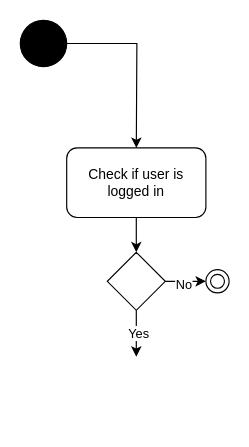
Earlier version of the draw.io diagram lab 6/Source files/Activitydiagram.drawio (Youssufathalla/Programming-2). Source tidied: cells renumbered, new cells numbered last; positions are measured from the earlier drawing's top-left corner, leaving out a move shared by most shapes. Both pictures are drawn from the tidied source at 116%, with x=0, y=0 at pixel (20, 20).
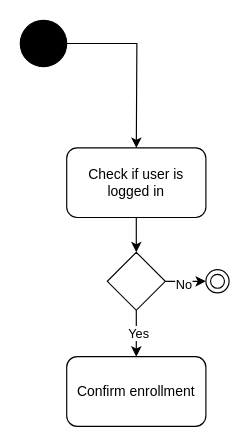
After the change.

Commit message:
confirm enrollment

Diff of the diagram source:
```diff
@@
 <mxGraphModel>
   <root>
     <mxCell id="0" />
     <mxCell id="1" parent="0" />
     <mxCell id="2" style="edgeStyle=orthogonalEdgeStyle;rounded=0;jettySize=auto;html=1;exitX=1;exitY=0.5;exitDx=0;exitDy=0;exitPerimeter=0;" parent="1" edge="1" source="3">
       <mxGeometry relative="1" as="geometry">
         <mxPoint x="100" y="110" as="targetPoint" />
       </mxGeometry>
     </mxCell>
     <mxCell id="3" style="verticalLabelPosition=bottom;verticalAlign=top;html=1;shape=mxgraph.flowchart.on-page_reference;fillColor=#000000;" parent="1" vertex="1">
       <mxGeometry width="40" height="40" as="geometry" />
     </mxCell>
     <mxCell id="4" value="Check if user is logged in" style="rounded=1;whiteSpace=wrap;html=1;" parent="1" vertex="1">
       <mxGeometry x="40" y="110" width="120" height="60" as="geometry" />
     </mxCell>
     <mxCell id="5" style="endArrow=classic;html=1;rounded=0;exitX=0.5;exitY=1;exitDx=0;exitDy=0;" parent="1" edge="1" source="4" target="6">
       <mxGeometry relative="1" as="geometry" />
     </mxCell>
     <mxCell id="6" style="rhombus;whiteSpace=wrap;html=1;" parent="1" vertex="1">
       <mxGeometry x="75" y="200" width="50" height="50" as="geometry" />
     </mxCell>
     <mxCell id="7" style="endArrow=classic;html=1;rounded=0;exitX=1;exitY=0.5;exitDx=0;exitDy=0;" parent="1" edge="1" source="6">
       <mxGeometry relative="1" as="geometry">
         <mxPoint x="160" y="225" as="targetPoint" />
       </mxGeometry>
     </mxCell>
     <mxCell id="8" value="No" style="edgeLabel;html=1;align=center;verticalAlign=middle;" parent="7" vertex="1">
       <mxGeometry x="-0.14" y="-2" relative="1" as="geometry" />
     </mxCell>
     <mxCell id="9" style="endArrow=classic;html=1;rounded=0;exitX=0.5;exitY=1;exitDx=0;exitDy=0;" parent="1" edge="1" source="6">
       <mxGeometry relative="1" as="geometry">
         <mxPoint x="100" y="290" as="targetPoint" />
       </mxGeometry>
     </mxCell>
     <mxCell id="10" value="Yes" style="edgeLabel;html=1;align=center;verticalAlign=middle;" parent="9" vertex="1">
       <mxGeometry x="-0.05" y="1" relative="1" as="geometry" />
     </mxCell>
     <mxCell id="11" style="verticalLabelPosition=bottom;verticalAlign=top;html=1;shape=mxgraph.basic.donut;dx=4;" parent="1" vertex="1">
       <mxGeometry x="160" y="215" width="20" height="20" as="geometry" />
     </mxCell>
+    <mxCell id="12" value="Confirm enrollment" style="rounded=1;whiteSpace=wrap;html=1;" parent="1" vertex="1">
+      <mxGeometry x="40" y="290" width="120" height="60" as="geometry" />
+    </mxCell>
   </root>
 </mxGraphModel>
```
